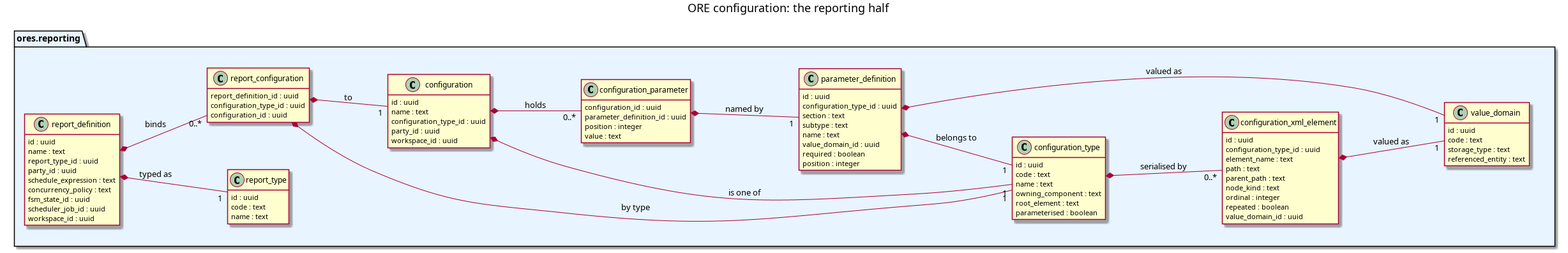
This is doc/agile/versions/v0/sprint_26/ore-report-configuration/analysis/configuration_model_reporting.png from OreStudio/OreStudio, a PlantUML export, as it was before one commit. Its source is kept beside it as doc/agile/versions/v0/sprint_26/ore-report-configuration/analysis/configuration_model_reporting.puml.
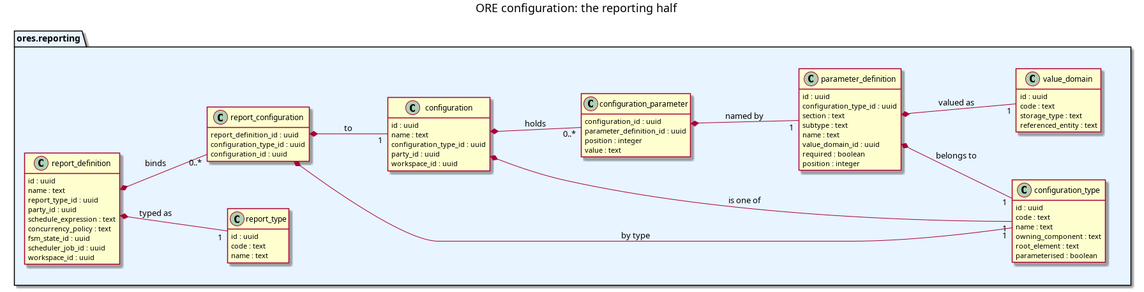
Later version of the same file.

Commit message:
[reporting] Drop the XML element map from the domain model

The edit, as a diff of the source:
```diff
@@ -63,17 +63,6 @@
     storage_type : text
     referenced_entity : text
   }
-  class configuration_xml_element {
-    id : uuid
-    configuration_type_id : uuid
-    element_name : text
-    path : text
-    parent_path : text
-    node_kind : text
-    ordinal : integer
-    repeated : boolean
-    value_domain_id : uuid
-  }
 
 report_definition *-- "1" report_type : typed as
 report_definition *-- "0..*" report_configuration : binds
@@ -84,7 +73,5 @@
 configuration_parameter *-- "1" parameter_definition : named by
 parameter_definition *-- "1" value_domain : valued as
 parameter_definition *-- "1" configuration_type : belongs to
-configuration_type *-- "0..*" configuration_xml_element : serialised by
-configuration_xml_element *-- "1" value_domain : valued as
 
 @enduml
```
